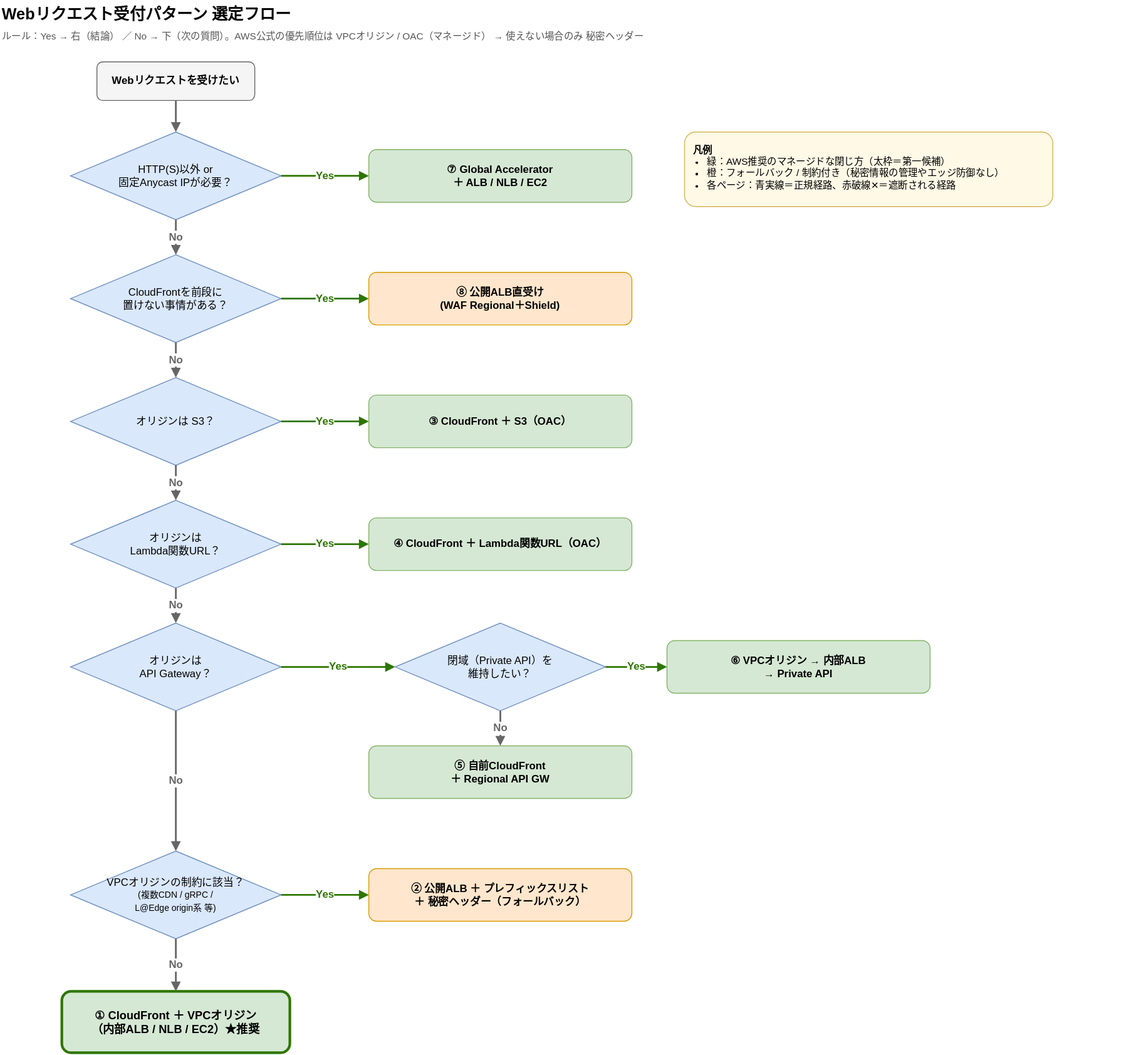
The draw.io diagram images/aws-web-ingress-patterns/00-decision-flow.drawio.svg in anfangd/zenn-content, before a commit. Source tidied: cells renumbered, new cells last; positions are measured from the earlier drawing's top-left corner, leaving out a move shared by most shapes.
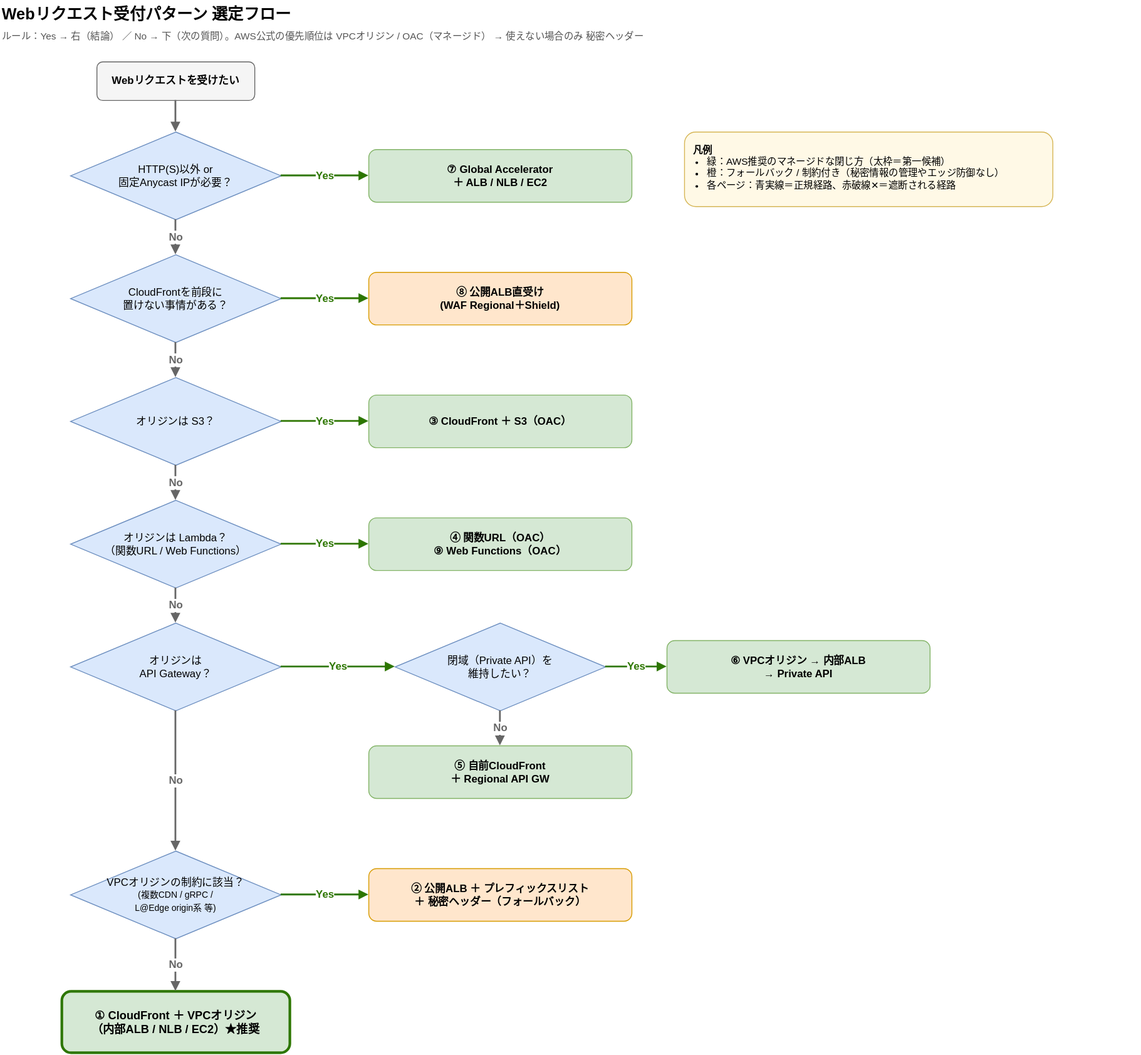
Above is the later version.

What changed in the source:
```diff
@@ -20,7 +20,7 @@
     <mxCell id="7" value="オリジンは S3？" style="rhombus;whiteSpace=wrap;html=1;fillColor=#DAE8FC;strokeColor=#6C8EBF;fontSize=12;" parent="1" vertex="1">
       <mxGeometry x="80" y="430" width="240" height="100" as="geometry" />
     </mxCell>
-    <mxCell id="8" value="オリジンは&lt;br&gt;Lambda関数URL？" style="rhombus;whiteSpace=wrap;html=1;fillColor=#DAE8FC;strokeColor=#6C8EBF;fontSize=12;" parent="1" vertex="1">
+    <mxCell id="8" value="オリジンは Lambda？&lt;br&gt;（関数URL / Web Functions）" style="rhombus;whiteSpace=wrap;html=1;fillColor=#DAE8FC;strokeColor=#6C8EBF;fontSize=12;" parent="1" vertex="1">
       <mxGeometry x="80" y="570" width="240" height="100" as="geometry" />
     </mxCell>
     <mxCell id="9" value="オリジンは&lt;br&gt;API Gateway？" style="rhombus;whiteSpace=wrap;html=1;fillColor=#DAE8FC;strokeColor=#6C8EBF;fontSize=12;" parent="1" vertex="1">
@@ -38,7 +38,7 @@
     <mxCell id="13" value="③ CloudFront ＋ S3（OAC）" style="rounded=1;whiteSpace=wrap;html=1;fillColor=#D5E8D4;strokeColor=#82B366;fontSize=12;fontStyle=1;" parent="1" vertex="1">
       <mxGeometry x="420" y="450" width="300" height="60" as="geometry" />
     </mxCell>
-    <mxCell id="14" value="④ CloudFront ＋ Lambda関数URL（OAC）" style="rounded=1;whiteSpace=wrap;html=1;fillColor=#D5E8D4;strokeColor=#82B366;fontSize=12;fontStyle=1;" parent="1" vertex="1">
+    <mxCell id="14" value="④ 関数URL（OAC）&lt;br&gt;⑨ Web Functions（OAC）" style="rounded=1;whiteSpace=wrap;html=1;fillColor=#D5E8D4;strokeColor=#82B366;fontSize=12;fontStyle=1;" parent="1" vertex="1">
       <mxGeometry x="420" y="590" width="300" height="60" as="geometry" />
     </mxCell>
     <mxCell id="15" value="閉域（Private API）を&lt;br&gt;維持したい？" style="rhombus;whiteSpace=wrap;html=1;fillColor=#DAE8FC;strokeColor=#6C8EBF;fontSize=12;" parent="1" vertex="1">
```
